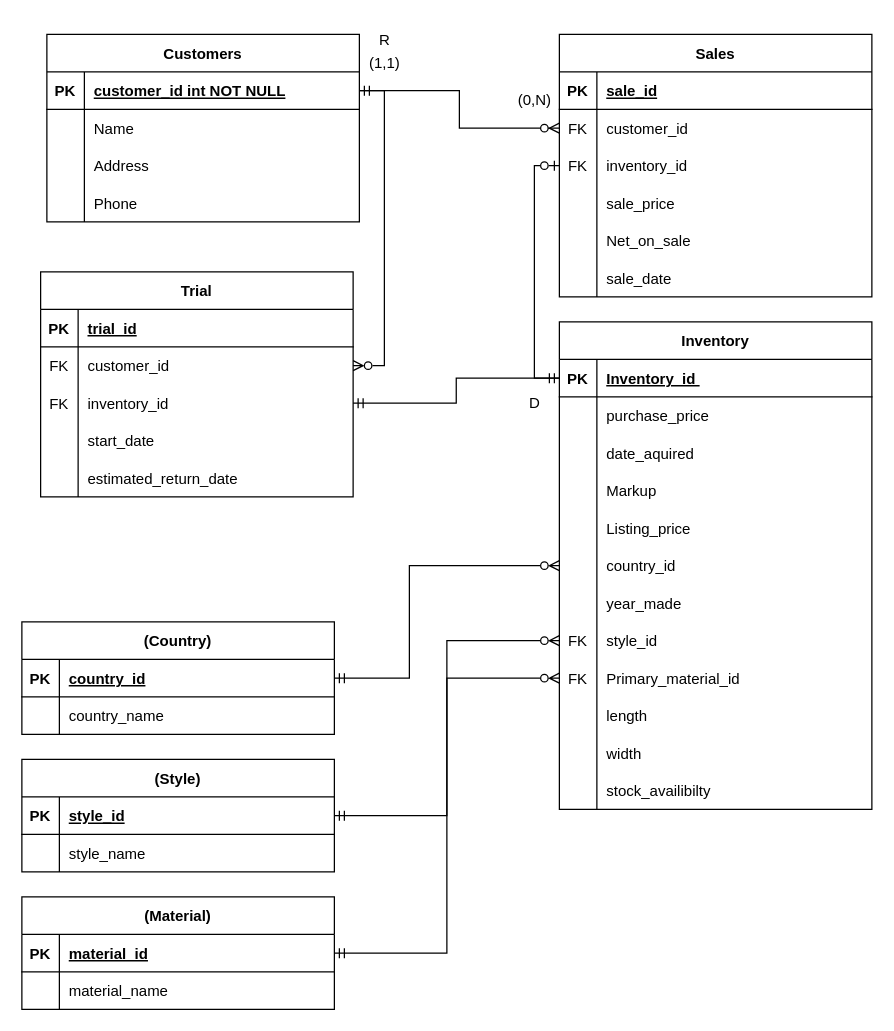
This is lab4/ER_daigram.drawio from ozarikar/csc362_f24_zarikar, a draw.io file, before an edit. Source tidied: cells renumbered, new cells numbered last; positions are measured from the earlier drawing's top-left corner, leaving out a move shared by most shapes. Both pictures are drawn from the tidied source at 125%, with x=0, y=0 at pixel (21, 21).
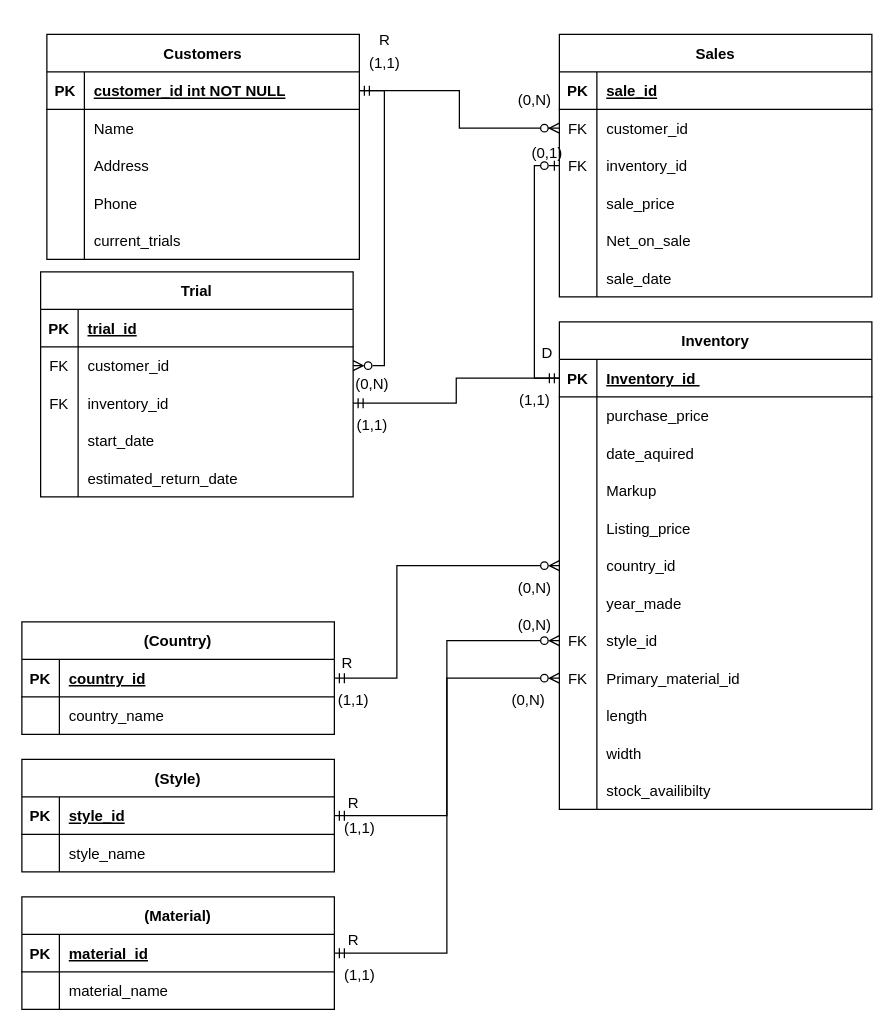
Above is the later version.

Unchanged cells that the change refers to:
```xml
<mxCell id="38" style="shape=partialRectangle;fillColor=none;points=[[0,0.5],[1,0.5]];portConstraint=eastwest;top=0;left=0;right=0;bottom=0;" parent="22" vertex="1">
  <mxGeometry y="180" width="250" height="30" as="geometry" />
</mxCell>
<mxCell id="112" style="shape=partialRectangle;fillColor=none;points=[[0,0.5],[1,0.5]];portConstraint=eastwest;top=0;left=0;right=0;bottom=1;" parent="111" vertex="1">
  <mxGeometry y="30" width="250" height="30" as="geometry" />
</mxCell>
```

The edit, as a diff of the source:
```diff
@@
     <mxCell id="59" value="Customers" style="shape=table;startSize=30;childLayout=tableLayout;rowLines=0;fontStyle=1;align=center;" parent="1" vertex="1">
-      <mxGeometry x="20" y="10" width="250" height="150" as="geometry" />
+      <mxGeometry x="20" y="10" width="250" height="180" as="geometry" />
     </mxCell>
@@
+    <mxCell id="119" style="shape=partialRectangle;fillColor=none;top=0;left=0;right=0;bottom=0;" parent="59" vertex="1">
+      <mxGeometry y="150" width="250" height="30" as="geometry" />
+    </mxCell>
+    <mxCell id="120" style="shape=partialRectangle;overflow=hidden;fillColor=none;top=0;left=0;bottom=0;right=0;" parent="119" vertex="1">
+      <mxGeometry width="30" height="30" as="geometry" />
+    </mxCell>
+    <mxCell id="121" value="current_trials" style="shape=partialRectangle;overflow=hidden;fillColor=none;top=0;left=0;bottom=0;right=0;align=left;spacingLeft=6;" parent="119" vertex="1">
+      <mxGeometry x="30" width="220" height="30" as="geometry" />
+    </mxCell>
@@
     <mxCell id="92" value="D" style="text;html=1;align=center;verticalAlign=middle;strokeColor=none;fillColor=none;" parent="1" vertex="1">
-      <mxGeometry x="395" y="290" width="30" height="30" as="geometry" />
+      <mxGeometry x="405" y="250" width="30" height="30" as="geometry" />
     </mxCell>
@@
     <mxCell id="118" style="edgeStyle=orthogonalEdgeStyle;rounded=0;jettySize=auto;html=1;exitX=0;exitY=0.5;exitDx=0;exitDy=0;entryX=1;entryY=0.5;entryDx=0;entryDy=0;endArrow=ERmandOne;endFill=0;startArrow=ERzeroToMany;startFill=0;" parent="1" edge="1" source="38" target="112">
       <mxGeometry relative="1" as="geometry">
         <Array as="points">
-          <mxPoint x="310" y="435" />
-          <mxPoint x="310" y="525" />
+          <mxPoint x="300" y="435" />
+          <mxPoint x="300" y="525" />
         </Array>
       </mxGeometry>
     </mxCell>
+    <mxCell id="122" value="(0,1)" style="text;html=1;align=center;verticalAlign=middle;strokeColor=none;fillColor=none;" parent="1" vertex="1">
+      <mxGeometry x="395" y="90" width="50" height="30" as="geometry" />
+    </mxCell>
+    <mxCell id="123" value="R" style="text;html=1;align=center;verticalAlign=middle;strokeColor=none;fillColor=none;" parent="1" vertex="1">
+      <mxGeometry x="245" y="498" width="30" height="30" as="geometry" />
+    </mxCell>
+    <mxCell id="124" value="R" style="text;html=1;align=center;verticalAlign=middle;strokeColor=none;fillColor=none;" parent="1" vertex="1">
+      <mxGeometry x="250" y="610" width="30" height="30" as="geometry" />
+    </mxCell>
+    <mxCell id="125" value="R" style="text;html=1;align=center;verticalAlign=middle;strokeColor=none;fillColor=none;" parent="1" vertex="1">
+      <mxGeometry x="250" y="720" width="30" height="30" as="geometry" />
+    </mxCell>
+    <mxCell id="126" value="(0,N)" style="text;html=1;align=center;verticalAlign=middle;strokeColor=none;fillColor=none;" parent="1" vertex="1">
+      <mxGeometry x="255" y="275" width="50" height="30" as="geometry" />
+    </mxCell>
+    <mxCell id="127" value="(1,1)" style="text;html=1;align=center;verticalAlign=middle;strokeColor=none;fillColor=none;" parent="1" vertex="1">
+      <mxGeometry x="255" y="308" width="50" height="30" as="geometry" />
+    </mxCell>
+    <mxCell id="128" value="(1,1)" style="text;html=1;align=center;verticalAlign=middle;strokeColor=none;fillColor=none;" parent="1" vertex="1">
+      <mxGeometry x="385" y="288" width="50" height="30" as="geometry" />
+    </mxCell>
+    <mxCell id="129" value="(0,N)" style="text;html=1;align=center;verticalAlign=middle;strokeColor=none;fillColor=none;" parent="1" vertex="1">
+      <mxGeometry x="385" y="438" width="50" height="30" as="geometry" />
+    </mxCell>
+    <mxCell id="130" value="(1,1)" style="text;html=1;align=center;verticalAlign=middle;strokeColor=none;fillColor=none;" parent="1" vertex="1">
+      <mxGeometry x="240" y="528" width="50" height="30" as="geometry" />
+    </mxCell>
+    <mxCell id="131" value="(0,N)" style="text;html=1;align=center;verticalAlign=middle;strokeColor=none;fillColor=none;" parent="1" vertex="1">
+      <mxGeometry x="385" y="468" width="50" height="30" as="geometry" />
+    </mxCell>
+    <mxCell id="132" value="(0,N)" style="text;html=1;align=center;verticalAlign=middle;strokeColor=none;fillColor=none;" parent="1" vertex="1">
+      <mxGeometry x="380" y="528" width="50" height="30" as="geometry" />
+    </mxCell>
+    <mxCell id="133" value="(1,1)" style="text;html=1;align=center;verticalAlign=middle;strokeColor=none;fillColor=none;" parent="1" vertex="1">
+      <mxGeometry x="245" y="630" width="50" height="30" as="geometry" />
+    </mxCell>
+    <mxCell id="134" value="(1,1)" style="text;html=1;align=center;verticalAlign=middle;strokeColor=none;fillColor=none;" parent="1" vertex="1">
+      <mxGeometry x="245" y="748" width="50" height="30" as="geometry" />
+    </mxCell>
```
